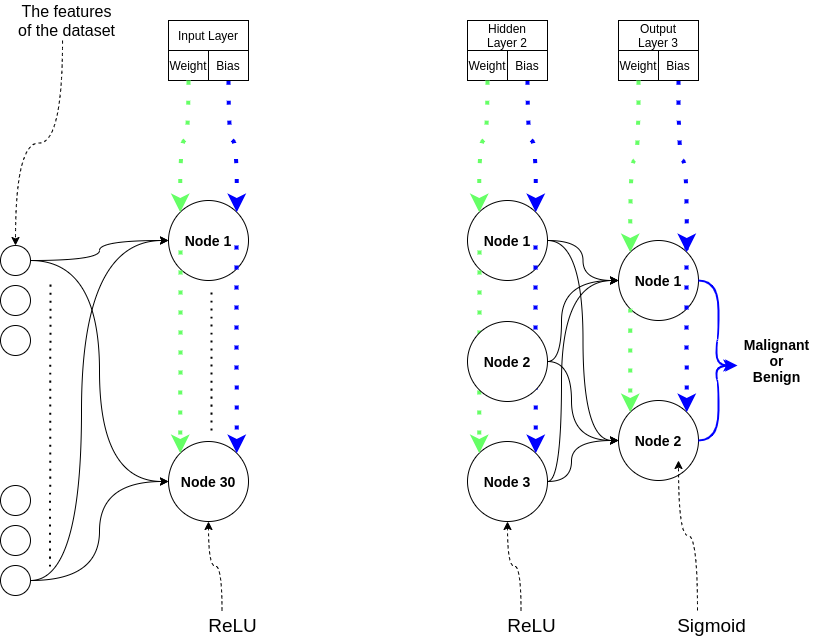
This is Documentation/NeuralNetwork_3_Layers.drawio.png from jussihyva/Multilayer-Perceptron, a draw.io export, as it was before one commit. Source tidied: cells renumbered, new cells last; positions are measured from the earlier drawing's top-left corner, leaving out a move shared by most shapes.
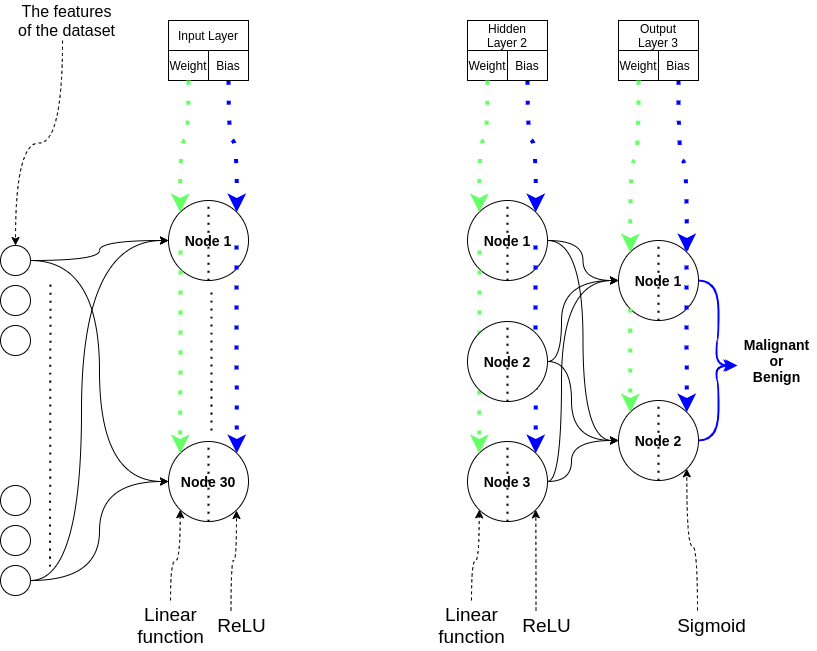
The same file after the commit.

The edit, as a diff of the source:
```diff
@@ -81,10 +81,8 @@
         <mxPoint x="50" y="280" as="targetPoint" />
       </mxGeometry>
     </mxCell>
-    <mxCell id="25" style="edgeStyle=orthogonalEdgeStyle;curved=1;rounded=0;jettySize=auto;html=1;dashed=1;fontSize=16;exitX=0.325;exitY=0;exitDx=0;exitDy=0;exitPerimeter=0;" parent="1" edge="1" source="26">
-      <mxGeometry relative="1" as="geometry">
-        <mxPoint x="678" y="460" as="targetPoint" />
-      </mxGeometry>
+    <mxCell id="25" style="edgeStyle=orthogonalEdgeStyle;curved=1;rounded=0;jettySize=auto;html=1;dashed=1;fontSize=16;exitX=0.325;exitY=0;exitDx=0;exitDy=0;exitPerimeter=0;entryX=1;entryY=1;entryDx=0;entryDy=0;" parent="1" edge="1" source="26" target="4">
+      <mxGeometry relative="1" as="geometry" />
     </mxCell>
     <mxCell id="26" value="Sigmoid" style="text;html=1;align=center;verticalAlign=middle;points=[];fillColor=none;strokeColor=none;rounded=0;fontSize=19;fontStyle=0;" parent="1" vertex="1">
       <mxGeometry x="671" y="610" width="80" height="30" as="geometry" />
@@ -123,11 +121,13 @@
         <mxPoint x="236" y="245" as="sourcePoint" />
       </mxGeometry>
     </mxCell>
-    <mxCell id="37" style="edgeStyle=orthogonalEdgeStyle;curved=1;rounded=0;jettySize=auto;html=1;dashed=1;fontSize=16;exitX=0.325;exitY=0;exitDx=0;exitDy=0;exitPerimeter=0;entryX=0.5;entryY=1;entryDx=0;entryDy=0;" parent="1" edge="1" source="38" target="30">
-      <mxGeometry relative="1" as="geometry" />
+    <mxCell id="37" style="edgeStyle=orthogonalEdgeStyle;curved=1;rounded=0;jettySize=auto;html=1;dashed=1;fontSize=16;exitX=0.325;exitY=0;exitDx=0;exitDy=0;exitPerimeter=0;" parent="1" edge="1" source="38">
+      <mxGeometry relative="1" as="geometry">
+        <mxPoint x="236" y="510" as="targetPoint" />
+      </mxGeometry>
     </mxCell>
     <mxCell id="38" value="ReLU" style="text;html=1;align=center;verticalAlign=middle;points=[];fillColor=none;strokeColor=none;rounded=0;fontSize=19;fontStyle=0;" parent="1" vertex="1">
-      <mxGeometry x="202" y="610" width="60" height="30" as="geometry" />
+      <mxGeometry x="211" y="610" width="60" height="30" as="geometry" />
     </mxCell>
     <mxCell id="39" value="Input Layer" style="rounded=0;whiteSpace=wrap;html=1;" parent="1" vertex="1">
       <mxGeometry x="168" y="20" width="80" height="30" as="geometry" />
@@ -160,11 +160,11 @@
         <mxPoint x="535" y="245" as="sourcePoint" />
       </mxGeometry>
     </mxCell>
-    <mxCell id="48" style="edgeStyle=orthogonalEdgeStyle;curved=1;rounded=0;jettySize=auto;html=1;dashed=1;fontSize=16;exitX=0.325;exitY=0;exitDx=0;exitDy=0;exitPerimeter=0;entryX=0.5;entryY=1;entryDx=0;entryDy=0;" parent="1" edge="1" source="49" target="41">
+    <mxCell id="48" style="edgeStyle=orthogonalEdgeStyle;curved=1;rounded=0;jettySize=auto;html=1;dashed=1;fontSize=16;exitX=0.325;exitY=0;exitDx=0;exitDy=0;exitPerimeter=0;entryX=1;entryY=1;entryDx=0;entryDy=0;" parent="1" edge="1" source="49" target="41">
       <mxGeometry relative="1" as="geometry" />
     </mxCell>
     <mxCell id="49" value="ReLU" style="text;html=1;align=center;verticalAlign=middle;points=[];fillColor=none;strokeColor=none;rounded=0;fontSize=19;fontStyle=0;" parent="1" vertex="1">
-      <mxGeometry x="501" y="610" width="60" height="30" as="geometry" />
+      <mxGeometry x="516" y="610" width="60" height="30" as="geometry" />
     </mxCell>
     <mxCell id="50" value="Hidden&lt;br&gt;Layer 2" style="rounded=0;whiteSpace=wrap;html=1;" parent="1" vertex="1">
       <mxGeometry x="467" y="20" width="80" height="30" as="geometry" />
@@ -216,5 +216,38 @@
         <mxPoint x="211" y="290" as="targetPoint" />
       </mxGeometry>
     </mxCell>
+    <mxCell id="59" style="endArrow=none;dashed=1;html=1;dashPattern=1 3;strokeWidth=2;rounded=0;curved=1;entryX=0.5;entryY=0;entryDx=0;entryDy=0;exitX=0.5;exitY=1;exitDx=0;exitDy=0;" parent="1" edge="1" source="29" target="29">
+      <mxGeometry relative="1" as="geometry" />
+    </mxCell>
+    <mxCell id="60" style="endArrow=none;dashed=1;html=1;dashPattern=1 3;strokeWidth=2;rounded=0;curved=1;exitX=0.5;exitY=1;exitDx=0;exitDy=0;entryX=0.5;entryY=0;entryDx=0;entryDy=0;" parent="1" edge="1" source="30" target="30">
+      <mxGeometry relative="1" as="geometry" />
+    </mxCell>
+    <mxCell id="61" style="endArrow=none;dashed=1;html=1;dashPattern=1 3;strokeWidth=2;rounded=0;curved=1;entryX=0.5;entryY=0;entryDx=0;entryDy=0;exitX=0.5;exitY=1;exitDx=0;exitDy=0;" parent="1" edge="1" source="41" target="41">
+      <mxGeometry relative="1" as="geometry" />
+    </mxCell>
+    <mxCell id="62" style="endArrow=none;dashed=1;html=1;dashPattern=1 3;strokeWidth=2;rounded=0;curved=1;entryX=0.5;entryY=0;entryDx=0;entryDy=0;exitX=0.5;exitY=1;exitDx=0;exitDy=0;" parent="1" edge="1" source="4" target="4">
+      <mxGeometry relative="1" as="geometry" />
+    </mxCell>
+    <mxCell id="63" style="endArrow=none;dashed=1;html=1;dashPattern=1 3;strokeWidth=2;rounded=0;curved=1;entryX=0.5;entryY=0;entryDx=0;entryDy=0;exitX=0.5;exitY=1;exitDx=0;exitDy=0;" parent="1" edge="1" source="3" target="3">
+      <mxGeometry relative="1" as="geometry" />
+    </mxCell>
+    <mxCell id="64" style="endArrow=none;dashed=1;html=1;dashPattern=1 3;strokeWidth=2;rounded=0;curved=1;entryX=0.5;entryY=0;entryDx=0;entryDy=0;exitX=0.5;exitY=1;exitDx=0;exitDy=0;" parent="1" edge="1" source="51" target="51">
+      <mxGeometry relative="1" as="geometry" />
+    </mxCell>
+    <mxCell id="65" style="endArrow=none;dashed=1;html=1;dashPattern=1 3;strokeWidth=2;rounded=0;curved=1;entryX=0.5;entryY=0;entryDx=0;entryDy=0;exitX=0.5;exitY=1;exitDx=0;exitDy=0;" parent="1" edge="1" source="40" target="40">
+      <mxGeometry relative="1" as="geometry" />
+    </mxCell>
+    <mxCell id="66" style="edgeStyle=orthogonalEdgeStyle;curved=1;rounded=0;jettySize=auto;html=1;dashed=1;fontSize=16;entryX=0;entryY=1;entryDx=0;entryDy=0;exitX=0.5;exitY=0;exitDx=0;exitDy=0;exitPerimeter=0;" parent="1" edge="1" source="67" target="41">
+      <mxGeometry relative="1" as="geometry" />
+    </mxCell>
+    <mxCell id="67" value="Linear&lt;br&gt;function" style="text;html=1;align=center;verticalAlign=middle;points=[];fillColor=none;strokeColor=none;rounded=0;fontSize=19;fontStyle=0;" parent="1" vertex="1">
+      <mxGeometry x="431" y="600" width="80" height="50" as="geometry" />
+    </mxCell>
+    <mxCell id="68" style="edgeStyle=orthogonalEdgeStyle;curved=1;rounded=0;jettySize=auto;html=1;dashed=1;fontSize=16;exitX=0.5;exitY=0;exitDx=0;exitDy=0;exitPerimeter=0;entryX=0;entryY=1;entryDx=0;entryDy=0;" parent="1" edge="1" source="69" target="30">
+      <mxGeometry relative="1" as="geometry" />
+    </mxCell>
+    <mxCell id="69" value="Linear&lt;br&gt;function" style="text;html=1;align=center;verticalAlign=middle;points=[];fillColor=none;strokeColor=none;rounded=0;fontSize=19;fontStyle=0;" parent="1" vertex="1">
+      <mxGeometry x="130" y="600" width="80" height="50" as="geometry" />
+    </mxCell>
   </root>
 </mxGraphModel>
```
